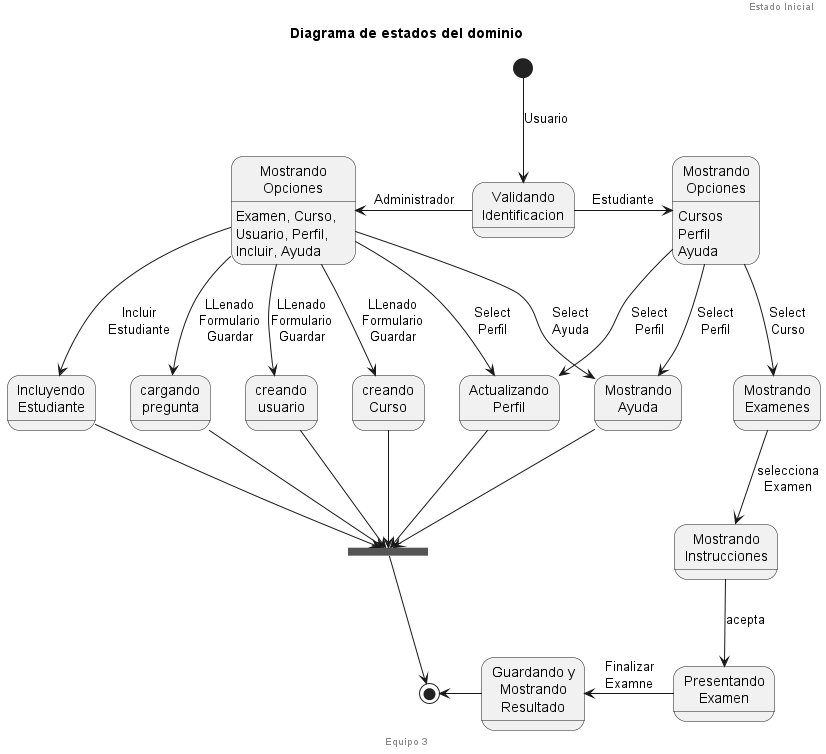
This is docs/scenariosView/diagramaEstados/Diagrama de Estado.png from febres35/EdTech_IS, a PlantUML export, as it was before one commit.
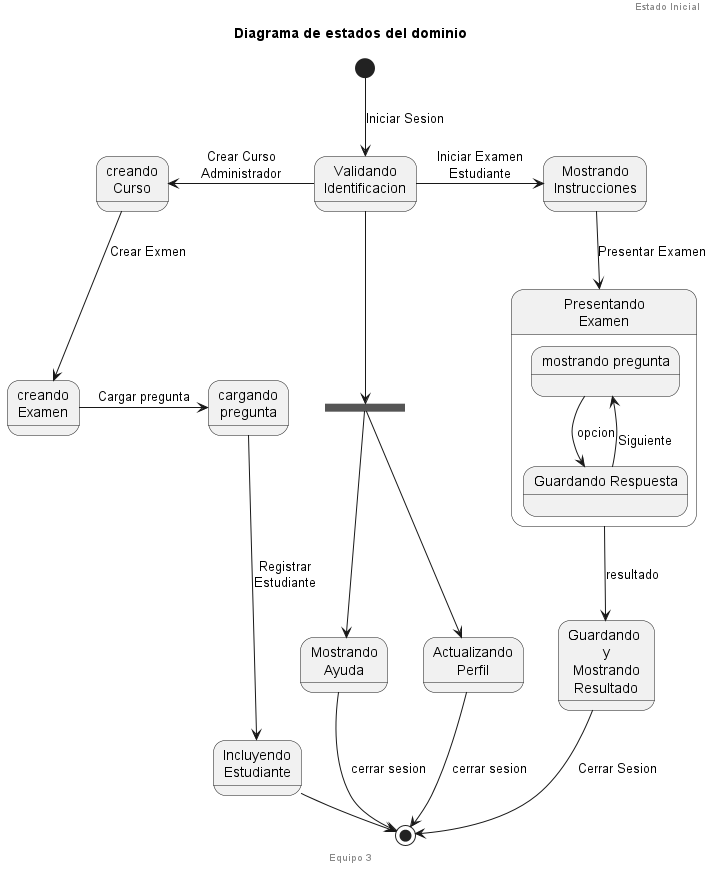
Above is the later version.

Commit message:
cambios Diagrama de Estado

Change to the diagram source:
```diff
@@ -9,45 +9,42 @@
 
 
 state "Validando\nIdentificacion" as vi
-state "Mostrando\nOpciones" as ad
 state  "creando\nCurso" as gc
+state  "creando\nExamen" as ge
 state  "cargando\npregunta" as cp
-state  "creando\nusuario" as cu
 
-state "Mostrando\nOpciones" as es
-state "Mostrando\nExamenes" as me
 state "Mostrando\nInstrucciones" as mi
-state "Presentando\nExamen" as ee
-state "Guardando y\nMostrando\nResultado" as gr
+state "Presentando\nExamen" as ee{
+    state "mostrando pregunta" as mp
+    state "Guardando Respuesta" as gp
+    mp --> gp: opcion
+    gp --> mp: \nSiguiente
+}
+state "Guardando \ny\nMostrando\nResultado" as gr
 state "Actualizando\nPerfil" as ap
 state "Mostrando\nAyuda" as ma
 state "Incluyendo\nEstudiante" as ie
 state finAd <<join>>
-ad : Examen, Curso, \nUsuario, Perfil, \nIncluir, Ayuda
-[*] --> vi: Usuario
-vi -left-> ad: Administrador
-ad --> ie: Incluir\nEstudiante
-ad --> gc: LLenado\nFormulario\nGuardar
-ad --> cp: LLenado\nFormulario\nGuardar
-ad --> cu: LLenado\nFormulario\nGuardar
-ad --> ap: Select\nPerfil
-ad --> ma: Select\nAyuda
-ie --> finAd
-gc --> finAd
-cp --> finAd
-cu --> finAd
-ap --> finAd
-ma --> finAd
-finAd --> [*]
 
-es: Cursos\nPerfil\nAyuda
-vi -right-> es: Estudiante
-es -->me: Select\nCurso
-es --> ap: Select\nPerfil
-es--> ma: Select\nPerfil
-me --> mi: selecciona\nExamen
-mi --> ee: acepta
-ee -left-> gr: Finalizar\nExamne
-gr -left-> [*]
+[*] --> vi: Iniciar Sesion
+vi -left-> gc: Crear Curso\nAdministrador
+gc --> ge: Crear Exmen
+ge -right-> cp: Cargar pregunta
+cp --> ie: Registrar\nEstudiante
+vi --> finAd
+finAd --> ma
+finAd --> ap
+
+
+ma --> [*]: cerrar sesion
+ap --> [*]: cerrar sesion
+ie -right-> [*] : cerrar sesion
+
+
+
+vi -right-> mi: Iniciar Examen\nEstudiante
+mi --> ee: Presentar Examen
+ee --> gr: resultado
+gr --> [*]:  Cerrar Sesion
 
 @enduml
```
